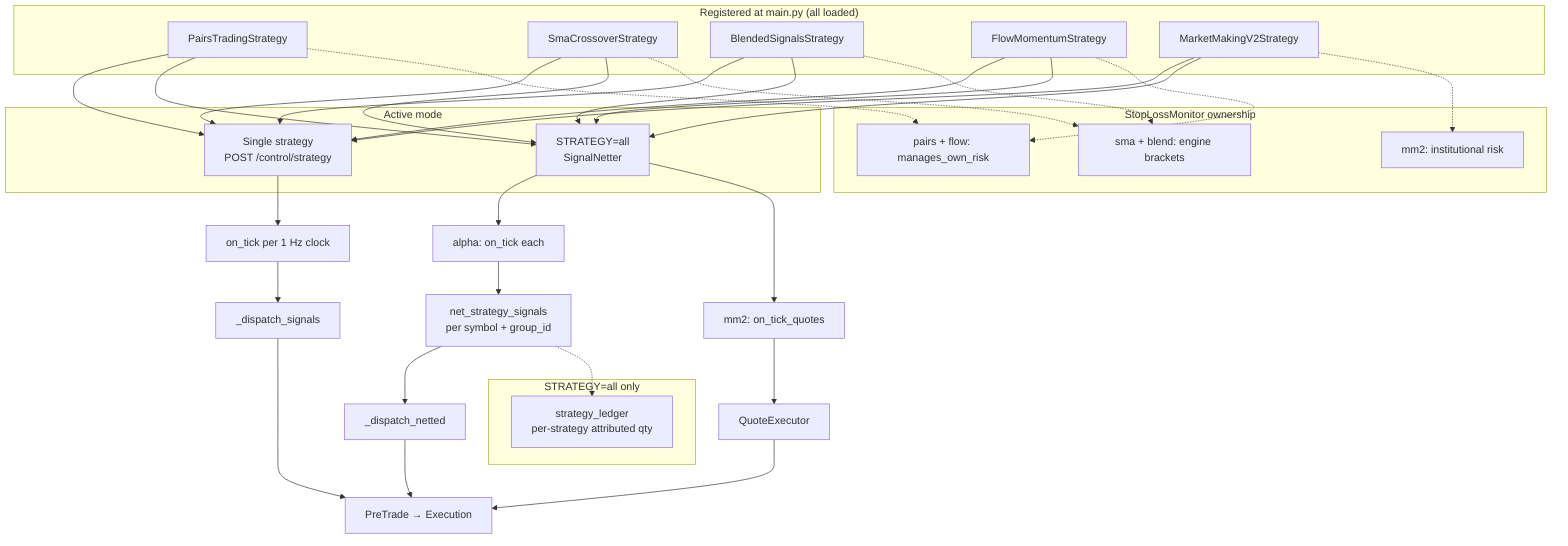
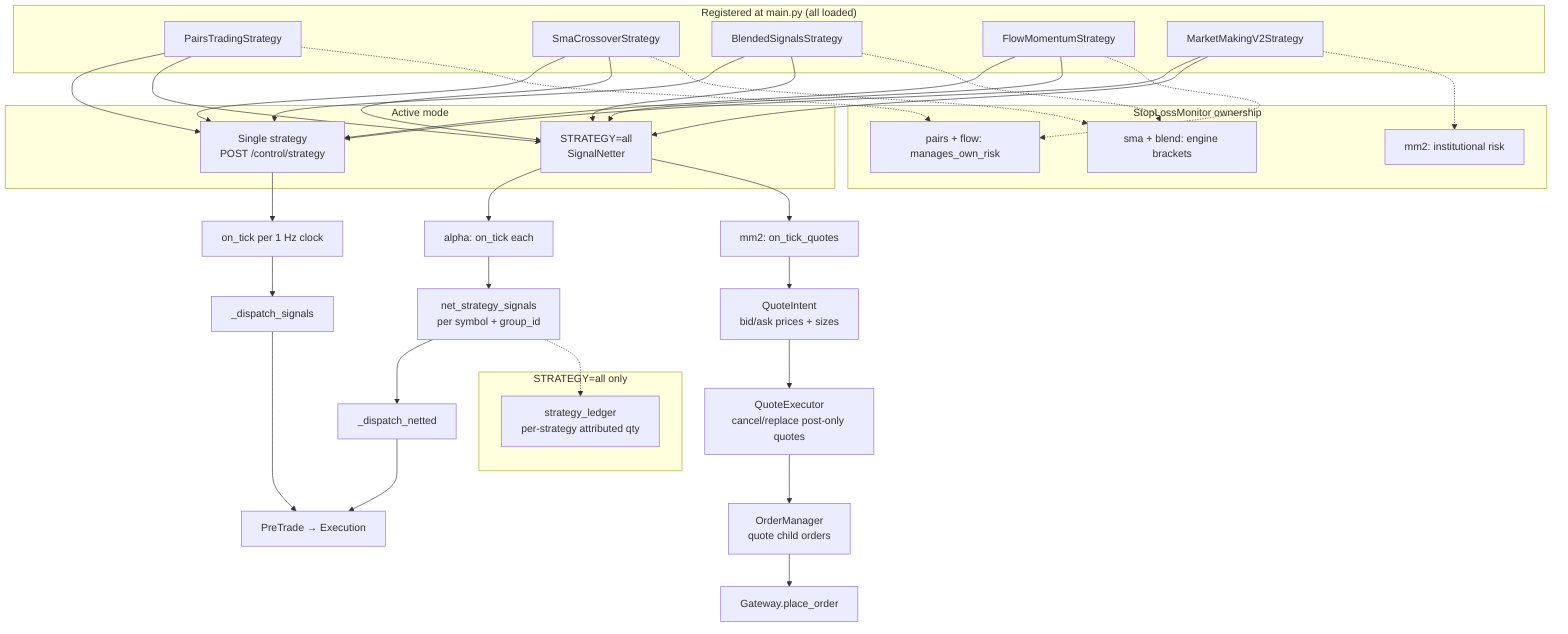
%% Strategy modes and signal routing
flowchart TB
    subgraph Boot["Registered at main.py (all loaded)"]
        P["PairsTradingStrategy"]
        S["SmaCrossoverStrategy"]
        B["BlendedSignalsStrategy"]
        F["FlowMomentumStrategy"]
        M2["MarketMakingV2Strategy"]
    end

    subgraph Mode["Active mode"]
        ONE["Single strategy<br/>POST /control/strategy"]
        ALL["STRATEGY=all<br/>SignalNetter"]
    end

    P --> ONE
    S --> ONE
    B --> ONE
    F --> ONE
    M2 --> ONE
    P --> ALL
    S --> ALL
    B --> ALL
    F --> ALL
    M2 --> ALL

    ONE --> TICK["on_tick per 1 Hz clock"]
    ALL --> TICK2["alpha: on_tick each"]
    ALL --> MMQ["mm2: on_tick_quotes"]
    TICK2 --> NET["net_strategy_signals<br/>per symbol + group_id"]
    NET --> DISPATCH["_dispatch_netted"]
-     MMQ --> QE["QuoteExecutor"]
+     MMQ --> QI["QuoteIntent<br/>bid/ask prices + sizes"]
+     QI --> QE["QuoteExecutor<br/>cancel/replace post-only quotes"]
    TICK --> DISPATCH2["_dispatch_signals"]
    DISPATCH --> RISK["PreTrade → Execution"]
    DISPATCH2 --> RISK
-     QE --> RISK
+     QE --> OMS["OrderManager<br/>quote child orders"]
+     OMS --> GW["Gateway.place_order"]

    subgraph RiskOwnership["StopLossMonitor ownership"]
        P2["pairs + flow: manages_own_risk"]
        S2["sma + blend: engine brackets"]
        M2R["mm2: institutional risk"]
    end

    P -.-> P2
    F -.-> P2
    S -.-> S2
    B -.-> S2
    M2 -.-> M2R

    subgraph Ledger["STRATEGY=all only"]
        L["strategy_ledger<br/>per-strategy attributed qty"]
    end

    NET -.-> L
